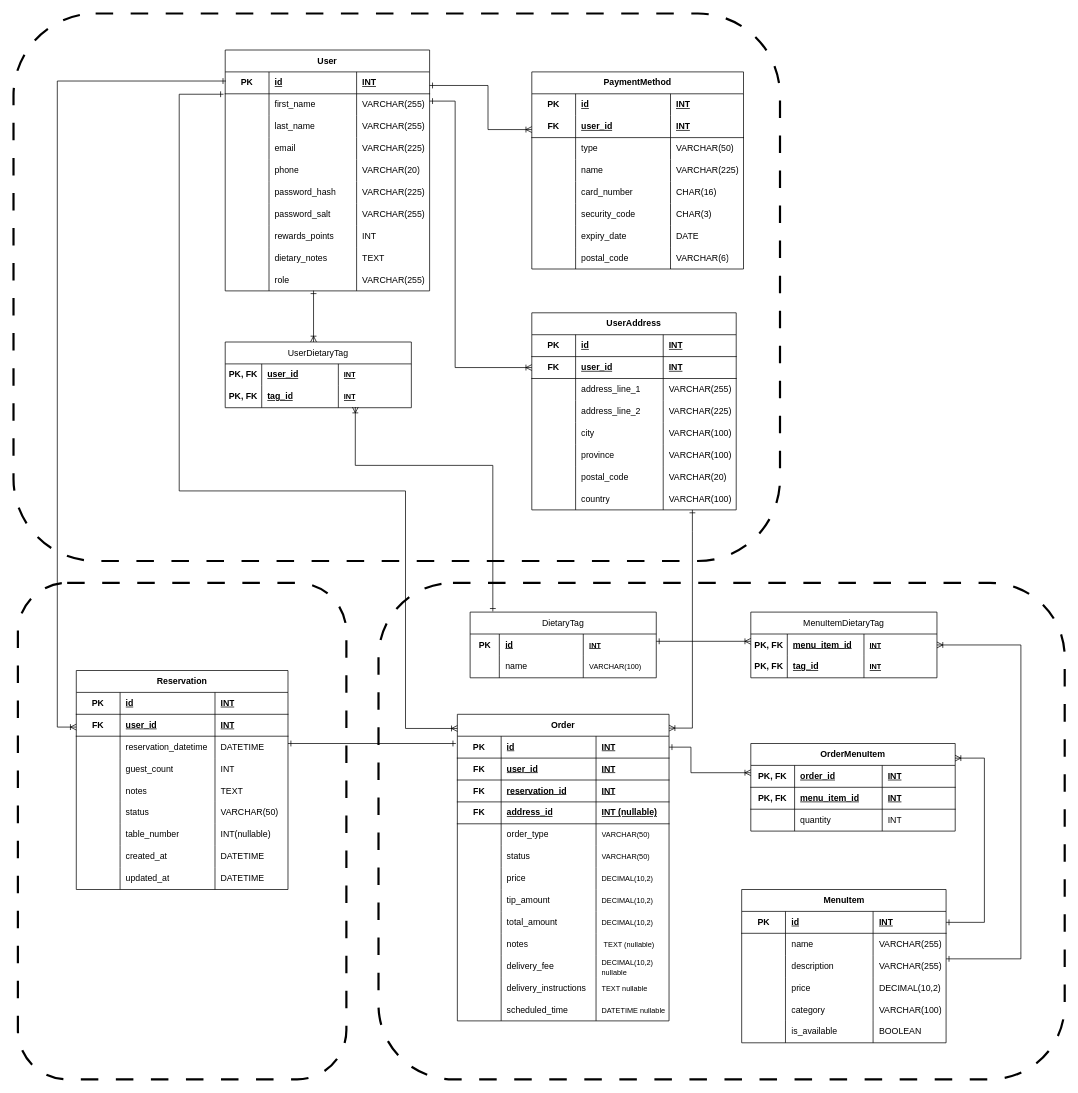
Above: page "Version 3" (1 of 3) of docs/ERD.drawio in Web-Development-UAlberta/exsm-3951-exsm-3943-spring-2025-python-c-project-team-restaurant-c (draw.io), before the change. Source tidied: cells renumbered, new cells numbered last; positions are measured from the earlier drawing's top-left corner, leaving out a move shared by most shapes. Both pictures are drawn from the tidied source at 73%, with x=0, y=0 at pixel (13, 13).
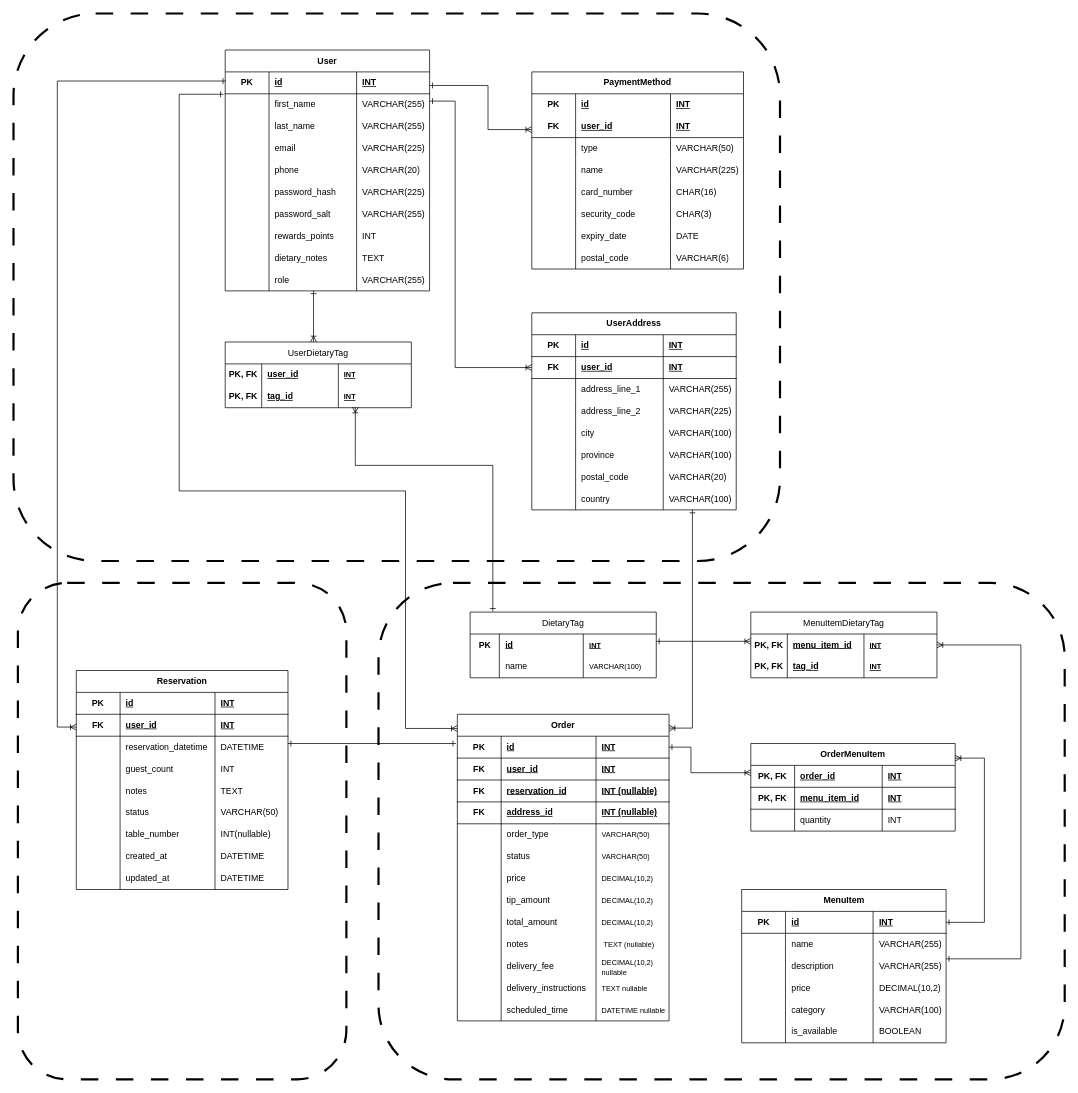
The same page after the edit.

Commit message (it also covers changes not shown here):
Change reservation_id in Order table to nullable int;

Unchanged cells that the change refers to:
```xml
<mxCell id="186" style="shape=tableRow;horizontal=0;startSize=0;swimlaneHead=0;swimlaneBody=0;fillColor=none;top=0;left=0;right=0;bottom=1;html=1;" parent="177" vertex="1">
  <mxGeometry y="90" width="290" height="30" as="geometry" />
</mxCell>
```

Diff of the diagram source:
```diff
@@
-    <mxCell id="189" value="INT" style="shape=partialRectangle;fillColor=none;top=0;left=0;bottom=0;right=0;align=left;spacingLeft=6;fontStyle=5;overflow=hidden;html=1;whiteSpace=wrap;" parent="186" vertex="1">
+    <mxCell id="189" value="INT (nullable)" style="shape=partialRectangle;fillColor=none;top=0;left=0;bottom=0;right=0;align=left;spacingLeft=6;fontStyle=5;overflow=hidden;html=1;whiteSpace=wrap;" parent="186" vertex="1">
       <mxGeometry x="190" width="100" height="30" as="geometry" />
     </mxCell>
```
